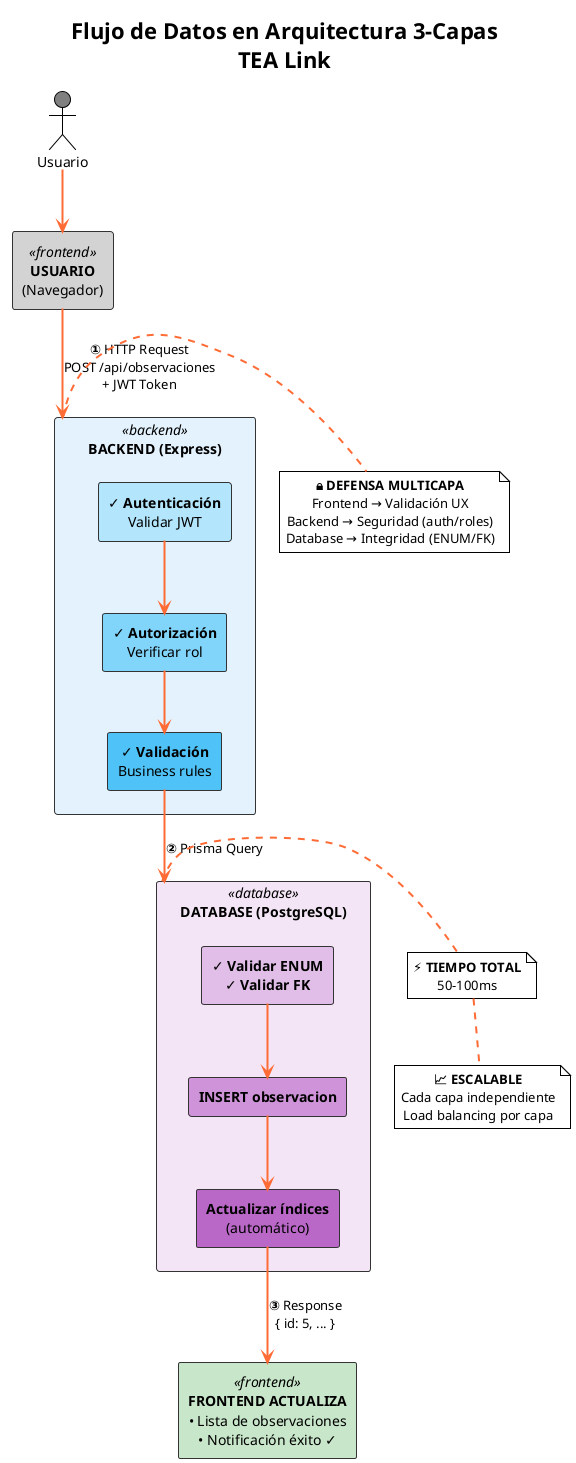
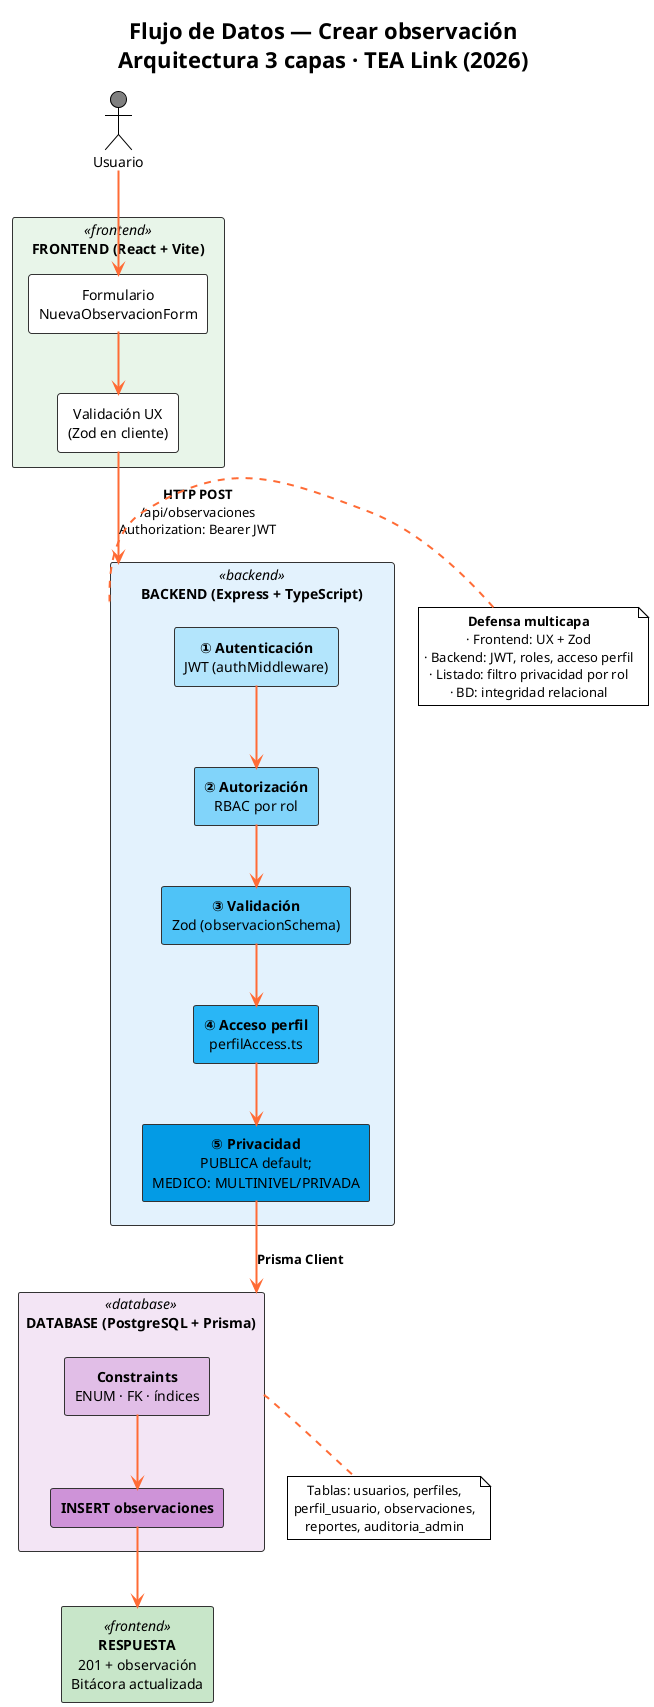
@startuml flujo-datos-arquitectura
!theme plain
skinparam backgroundColor white
skinparam defaultTextAlignment center
- skinparam rectangleBackgroundColor<<frontend>> #E8E8E8
+ skinparam rectangleBackgroundColor<<frontend>> #E8F5E9
skinparam rectangleBackgroundColor<<backend>> #E3F2FD
skinparam rectangleBackgroundColor<<database>> #F3E5F5
skinparam rectangleBorderColor #333333
skinparam arrowColor #FF6B35
skinparam arrowThickness 2
skinparam shadowing false

- title Flujo de Datos en Arquitectura 3-Capas\nTEA Link
+ title Flujo de Datos — Crear observación\nArquitectura 3 capas · TEA Link (2026)

actor Usuario as user #GRAY
- rectangle "**USUARIO**\n(Navegador)" as nav <<frontend>> #LIGHTGRAY

- rectangle "**BACKEND (Express)**" as backend <<backend>> #E3F2FD {
-   rectangle "**✓ Autenticación**\nValidar JWT" as auth #B3E5FC
-   rectangle "**✓ Autorización**\nVerificar rol" as authz #81D4FA
-   rectangle "**✓ Validación**\nBusiness rules" as validation #4FC3F7
+ rectangle "**FRONTEND (React + Vite)**" as frontend <<frontend>> {
+   rectangle "Formulario\nNuevaObservacionForm" as form
+   rectangle "Validación UX\n(Zod en cliente)" as feval
}

- rectangle "**DATABASE (PostgreSQL)**" as database <<database>> #F3E5F5 {
-   rectangle "**✓ Validar ENUM**\n**✓ Validar FK**" as dbvalidation #E1BEE7
-   rectangle "**INSERT observacion**" as insert #CE93D8
-   rectangle "**Actualizar índices**\n(automático)" as indexes #BA68C8
+ rectangle "**BACKEND (Express + TypeScript)**" as backend <<backend>> {
+   rectangle "**① Autenticación**\nJWT (authMiddleware)" as auth #B3E5FC
+   rectangle "**② Autorización**\nRBAC por rol" as authz #81D4FA
+   rectangle "**③ Validación**\nZod (observacionSchema)" as validation #4FC3F7
+   rectangle "**④ Acceso perfil**\nperfilAccess.ts" as access #29B6F6
+   rectangle "**⑤ Privacidad**\nPUBLICA default;\nMEDICO: MULTINIVEL/PRIVADA" as privacy #039BE5
}

- rectangle "**FRONTEND ACTUALIZA**\n• Lista de observaciones\n• Notificación éxito ✓" as response <<frontend>> #C8E6C9
+ rectangle "**DATABASE (PostgreSQL + Prisma)**" as database <<database>> {
+   rectangle "**Constraints**\nENUM · FK · índices" as dbvalidation #E1BEE7
+   rectangle "**INSERT observaciones**" as insert #CE93D8
+ }

- user --> nav
- nav --> backend : **①** HTTP Request\nPOST /api/observaciones\n+ JWT Token
+ rectangle "**RESPUESTA**\n201 + observación\nBitácora actualizada" as response <<frontend>> #C8E6C9
+ 
+ user --> form
+ form --> feval
+ feval --> backend : **HTTP POST**\n/api/observaciones\nAuthorization: Bearer JWT
+ 
auth --> authz
authz --> validation
- validation --> database : **②** Prisma Query
+ validation --> access
+ access --> privacy
+ privacy --> database : **Prisma Client**
+ 
dbvalidation --> insert
- insert --> indexes
- indexes --> response : **③** Response\n{ id: 5, ... }
+ insert --> response

note right of backend
-   **🔒 DEFENSA MULTICAPA**
-   Frontend → Validación UX
-   Backend → Seguridad (auth/roles)
-   Database → Integridad (ENUM/FK)
+   **Defensa multicapa**
+   · Frontend: UX + Zod
+   · Backend: JWT, roles, acceso perfil
+   · Listado: filtro privacidad por rol
+   · BD: integridad relacional
end note

- note right of database
-   **⚡ TIEMPO TOTAL**
-   50-100ms
- end note
- 
- note bottom
-   **📈 ESCALABLE**
-   Cada capa independiente
-   Load balancing por capa
+ note bottom of database
+   Tablas: usuarios, perfiles,
+   perfil_usuario, observaciones,
+   reportes, auditoria_admin
end note

@enduml
